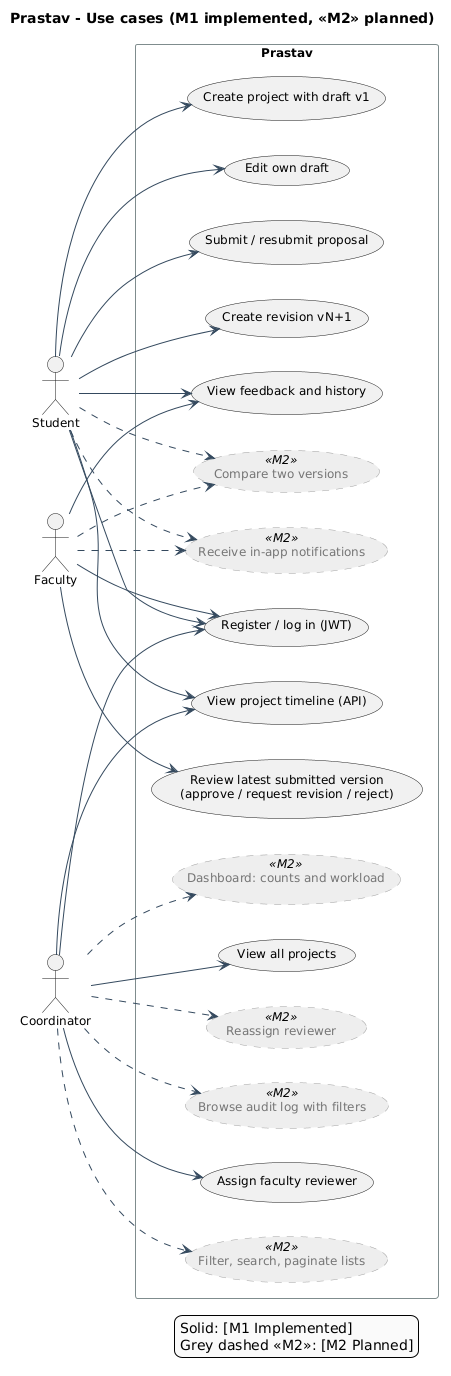
The PlantUML diagram docs/uml/png/01_use_case.png in udita-0707/Prastaav, before a commit.
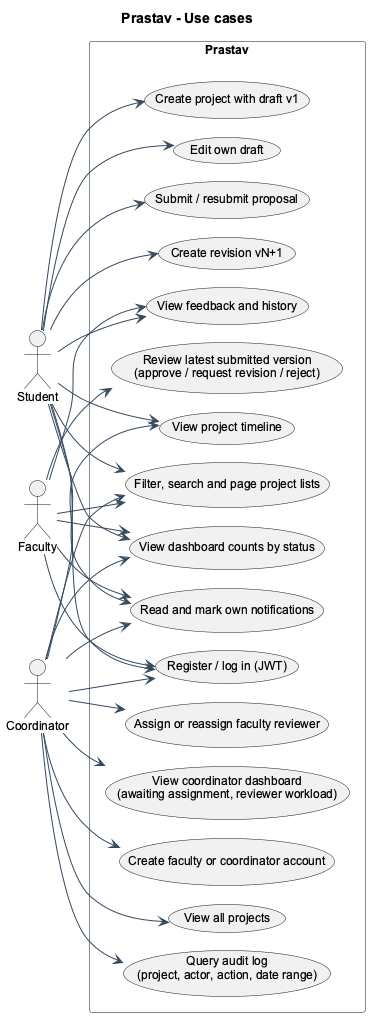
The same diagram one commit later.

Diff of the diagram source:
```diff
@@ -1,6 +1,7 @@
 @startuml 01_use_case
+!pragma layout smetana
 !include _style.iuml
-title Prastav - Use cases (M1 implemented, <<M2>> planned)
+title Prastav - Use cases
 left to right direction
 actor Student
 actor Faculty
@@ -13,17 +14,17 @@
   usecase "Submit / resubmit proposal" as UC4
   usecase "View feedback and history" as UC5
   usecase "Create revision vN+1" as UC6
-  usecase "Assign faculty reviewer" as UC7
+  usecase "Assign or reassign faculty reviewer" as UC7
   usecase "Review latest submitted version\n(approve / request revision / reject)" as UC8
-  usecase "View project timeline (API)" as UC9
+  usecase "View project timeline" as UC9
   usecase "View all projects" as UC10
 
-  usecase "Reassign reviewer" as M2a <<M2>>
-  usecase "Receive in-app notifications" as M2b <<M2>>
-  usecase "Compare two versions" as M2c <<M2>>
-  usecase "Dashboard: counts and workload" as M2d <<M2>>
-  usecase "Browse audit log with filters" as M2e <<M2>>
-  usecase "Filter, search, paginate lists" as M2f <<M2>>
+  usecase "Filter, search and page project lists" as UC11
+  usecase "View dashboard counts by status" as UC12
+  usecase "Create faculty or coordinator account" as UC13
+  usecase "Read and mark own notifications" as UC14
+  usecase "View coordinator dashboard\n(awaiting assignment, reviewer workload)" as UC15
+  usecase "Query audit log\n(project, actor, action, date range)" as UC16
 }
 
 Student --> UC1
@@ -41,17 +42,16 @@
 Coordinator --> UC10
 Coordinator --> UC9
 
-Coordinator ..> M2a
-Coordinator ..> M2d
-Coordinator ..> M2e
-Student ..> M2b
-Faculty ..> M2b
-Student ..> M2c
-Faculty ..> M2c
-Coordinator ..> M2f
-
-legend right
-  Solid: [M1 Implemented]
-  Grey dashed <<M2>>: [M2 Planned]
-endlegend
+Student --> UC11
+Faculty --> UC11
+Coordinator --> UC11
+Student --> UC12
+Faculty --> UC12
+Coordinator --> UC12
+Coordinator --> UC13
+Student --> UC14
+Faculty --> UC14
+Coordinator --> UC14
+Coordinator --> UC15
+Coordinator --> UC16
 @enduml
```
